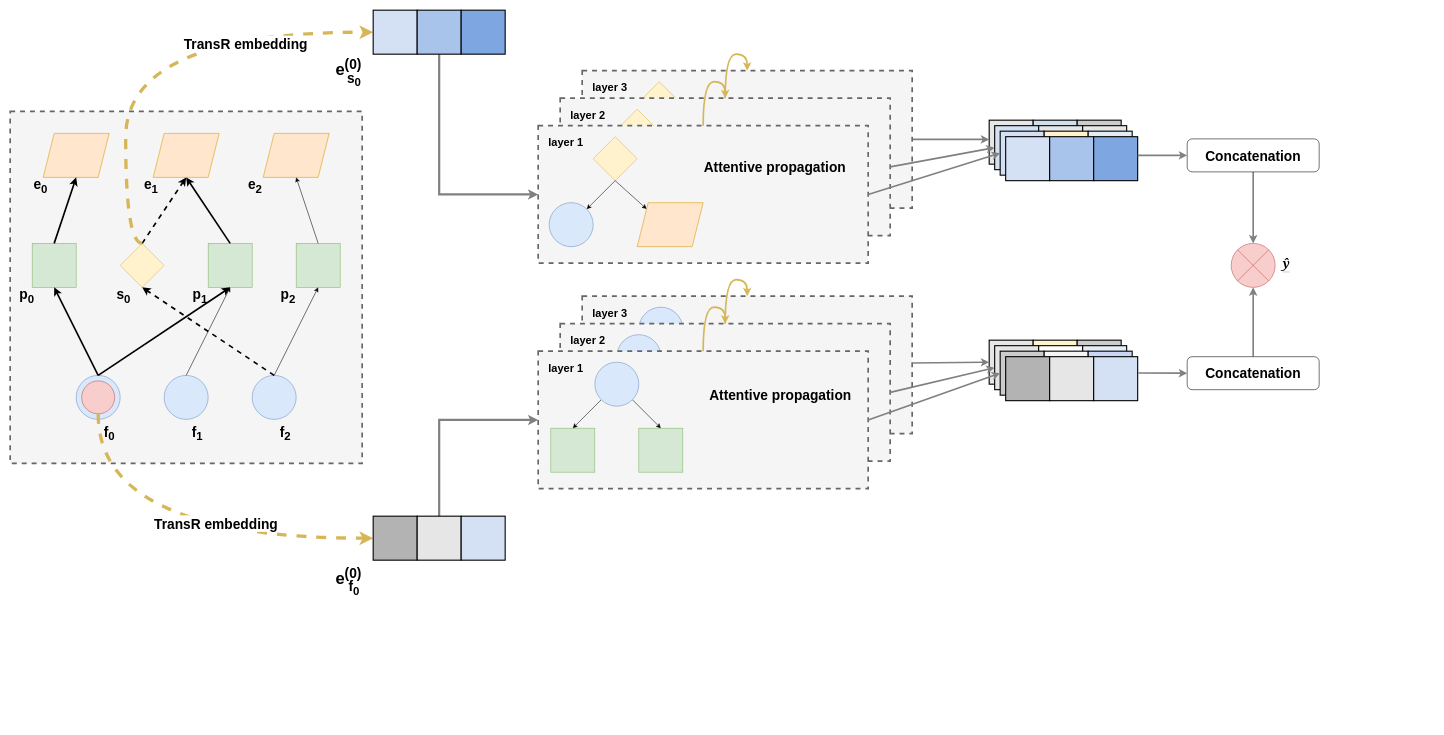
The draw.io diagram figures/process.drawio in jctemp/paper-gnn-shadewatcher, before the edit. Source tidied: cells renumbered, new cells numbered last; positions are measured from the earlier drawing's top-left corner, leaving out a move shared by most shapes. Both pictures are drawn from the tidied source at 55%, with x=0, y=0 at pixel (10, 10).
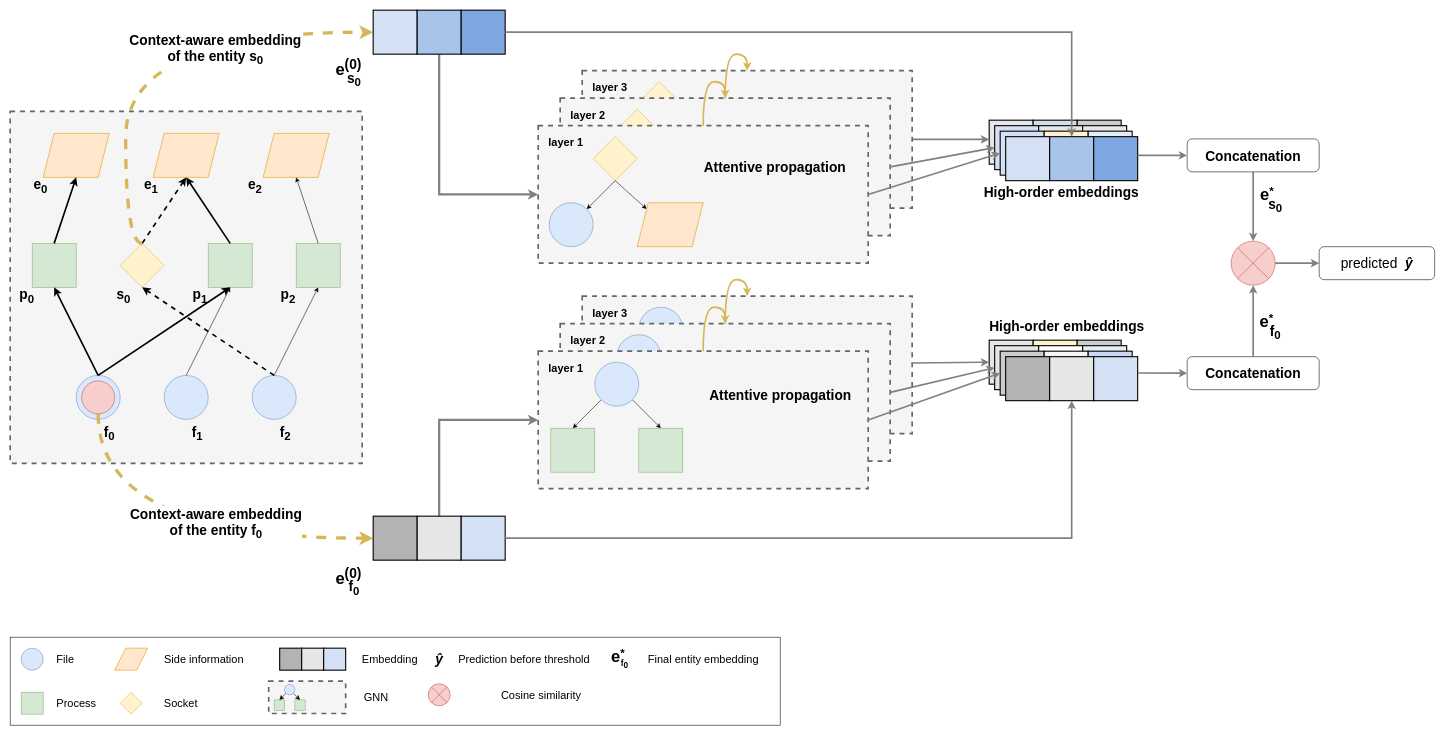
After the change.

Commit message:
change: improve illustration process.drawio

The change refers to these unchanged cells:
```xml
<mxCell id="73" style="edgeStyle=orthogonalEdgeStyle;rounded=0;jettySize=auto;html=1;exitX=0.5;exitY=1;exitDx=0;exitDy=0;entryX=0;entryY=0.5;entryDx=0;entryDy=0;curved=1;strokeWidth=6;fillColor=#fff2cc;strokeColor=#d6b656;dashed=1;" parent="1" edge="1" source="62" target="137">
  <mxGeometry relative="1" as="geometry" />
</mxCell>
<mxCell id="81" style="whiteSpace=wrap;html=1;fillColor=#E6E6E6;strokeWidth=2;" parent="79" vertex="1">
  <mxGeometry x="80" width="80" height="80" as="geometry" />
</mxCell>
<mxCell id="83" style="edgeStyle=orthogonalEdgeStyle;rounded=0;jettySize=auto;html=1;exitX=0.5;exitY=0;exitDx=0;exitDy=0;entryX=0;entryY=0.5;entryDx=0;entryDy=0;curved=1;fillColor=#fff2cc;strokeColor=#d6b656;strokeWidth=6;dashed=1;" parent="1" edge="1" source="43" target="133">
  <mxGeometry relative="1" as="geometry">
    <Array as="points">
      <mxPoint x="210" y="424" />
      <mxPoint x="210" y="40" />
    </Array>
  </mxGeometry>
</mxCell>
<mxCell id="89" style="whiteSpace=wrap;html=1;fillColor=#A9C4EB;strokeWidth=2;" parent="87" vertex="1">
  <mxGeometry x="80" width="80" height="80" as="geometry" />
</mxCell>
<mxCell id="135" style="whiteSpace=wrap;html=1;fillColor=#7EA6E0;strokeWidth=2;" parent="132" vertex="1">
  <mxGeometry x="160" width="80" height="80" as="geometry" />
</mxCell>
<mxCell id="139" style="whiteSpace=wrap;html=1;fillColor=#D4E1F5;strokeWidth=2;" parent="136" vertex="1">
  <mxGeometry x="160" width="80" height="80" as="geometry" />
</mxCell>
```

Change to the diagram source:
```diff
@@
+    <mxCell id="152" style="rounded=0;whiteSpace=wrap;html=1;" parent="1" vertex="1">
+      <mxGeometry y="1140" width="1400" height="160" as="geometry" />
+    </mxCell>
@@
-    <mxCell id="74" value="&lt;b style=&quot;border-color: var(--border-color);&quot;&gt;&lt;font style=&quot;border-color: var(--border-color); font-size: 25px;&quot;&gt;TransR embedding&lt;/font&gt;&lt;/b&gt;" style="edgeLabel;html=1;align=center;verticalAlign=middle;" parent="73" vertex="1">
+    <mxCell id="74" value="&lt;b style=&quot;border-color: var(--border-color);&quot;&gt;&lt;font style=&quot;border-color: var(--border-color); font-size: 25px;&quot;&gt;Context-aware embedding&lt;br&gt;&lt;b style=&quot;border-color: var(--border-color); font-size: 11px;&quot;&gt;&lt;font style=&quot;border-color: var(--border-color); font-size: 25px;&quot;&gt;of&amp;nbsp;the entity f&lt;sub style=&quot;border-color: var(--border-color);&quot;&gt;0&lt;/sub&gt;&lt;/font&gt;&lt;/b&gt;&lt;br&gt;&lt;/font&gt;&lt;/b&gt;" style="edgeLabel;html=1;align=center;verticalAlign=middle;" parent="73" vertex="1">
       <mxGeometry x="0.21" y="28" relative="1" as="geometry" />
     </mxCell>
@@
-    <mxCell id="84" value="&lt;b&gt;&lt;font style=&quot;font-size: 25px;&quot;&gt;TransR embedding&lt;/font&gt;&lt;/b&gt;" style="edgeLabel;html=1;align=center;verticalAlign=middle;" parent="83" vertex="1">
-      <mxGeometry x="0.46" y="-20" relative="1" as="geometry" />
+    <mxCell id="84" value="&lt;b style=&quot;border-color: var(--border-color);&quot;&gt;&lt;font style=&quot;border-color: var(--border-color); font-size: 25px;&quot;&gt;Context-aware embedding&lt;br&gt;of&amp;nbsp;the entity s&lt;sub&gt;0&lt;/sub&gt;&lt;br&gt;&lt;/font&gt;&lt;/b&gt;" style="edgeLabel;html=1;align=center;verticalAlign=middle;" parent="83" vertex="1">
+      <mxGeometry x="0.46" y="-20" relative="1" as="geometry">
+        <mxPoint x="-55" y="10" as="offset" />
+      </mxGeometry>
     </mxCell>
@@
+    <mxCell id="153" style="edgeStyle=orthogonalEdgeStyle;rounded=0;jettySize=auto;html=1;exitX=1;exitY=0.5;exitDx=0;exitDy=0;entryX=0;entryY=0.5;entryDx=0;entryDy=0;strokeWidth=3;strokeColor=#808080;" parent="1" edge="1" source="150" target="180">
+      <mxGeometry relative="1" as="geometry" />
+    </mxCell>
     <mxCell id="150" style="shape=sumEllipse;perimeter=ellipsePerimeter;whiteSpace=wrap;html=1;backgroundOutline=1;fillColor=#f8cecc;strokeColor=#b85450;" parent="1" vertex="1">
-      <mxGeometry x="2220" y="424" width="80" height="80" as="geometry" />
+      <mxGeometry x="2220" y="420" width="80" height="80" as="geometry" />
     </mxCell>
+    <mxCell id="154" style="ellipse;whiteSpace=wrap;html=1;fillColor=#dae8fc;strokeColor=#6c8ebf;" parent="1" vertex="1">
+      <mxGeometry x="20" y="1160" width="40" height="40" as="geometry" />
+    </mxCell>
+    <mxCell id="155" style="whiteSpace=wrap;html=1;fillColor=#d5e8d4;strokeColor=#82b366;" parent="1" vertex="1">
+      <mxGeometry x="20" y="1240" width="40" height="40" as="geometry" />
+    </mxCell>
+    <mxCell id="156" style="shape=parallelogram;perimeter=parallelogramPerimeter;whiteSpace=wrap;html=1;fixedSize=1;fillColor=#ffe6cc;strokeColor=#d79b00;" parent="1" vertex="1">
+      <mxGeometry x="190" y="1160" width="60" height="40" as="geometry" />
+    </mxCell>
+    <mxCell id="157" style="rhombus;whiteSpace=wrap;html=1;fillColor=#fff2cc;strokeColor=#d6b656;" parent="1" vertex="1">
+      <mxGeometry x="200" y="1240" width="40" height="40" as="geometry" />
+    </mxCell>
+    <mxCell id="158" style="group;" parent="1" vertex="1">
+      <mxGeometry x="490" y="1160" width="120" height="40" as="geometry" />
+    </mxCell>
+    <mxCell id="159" style="whiteSpace=wrap;html=1;fillColor=#B3B3B3;strokeWidth=2;" parent="158" vertex="1">
+      <mxGeometry width="40" height="40" as="geometry" />
+    </mxCell>
+    <mxCell id="160" style="whiteSpace=wrap;html=1;fillColor=#E6E6E6;strokeWidth=2;" parent="158" vertex="1">
+      <mxGeometry x="40" width="40" height="40" as="geometry" />
+    </mxCell>
+    <mxCell id="161" style="whiteSpace=wrap;html=1;fillColor=#D4E1F5;strokeWidth=2;" parent="158" vertex="1">
+      <mxGeometry x="80" width="40" height="40" as="geometry" />
+    </mxCell>
+    <mxCell id="162" value="&lt;font style=&quot;font-size: 20px;&quot;&gt;File&lt;/font&gt;" style="text;html=1;align=center;verticalAlign=middle;strokeColor=none;fillColor=none;" parent="1" vertex="1">
+      <mxGeometry x="70" y="1160" width="60" height="40" as="geometry" />
+    </mxCell>
+    <mxCell id="163" value="&lt;font style=&quot;font-size: 20px;&quot;&gt;Process&lt;/font&gt;" style="text;html=1;align=center;verticalAlign=middle;strokeColor=none;fillColor=none;" parent="1" vertex="1">
+      <mxGeometry x="70" y="1240" width="100" height="40" as="geometry" />
+    </mxCell>
+    <mxCell id="164" value="&lt;font style=&quot;font-size: 20px;&quot;&gt;Side information&lt;/font&gt;" style="text;html=1;align=center;verticalAlign=middle;strokeColor=none;fillColor=none;" parent="1" vertex="1">
+      <mxGeometry x="267" y="1160" width="170" height="40" as="geometry" />
+    </mxCell>
+    <mxCell id="165" value="&lt;font style=&quot;font-size: 20px;&quot;&gt;Socket&lt;/font&gt;" style="text;html=1;align=center;verticalAlign=middle;strokeColor=none;fillColor=none;" parent="1" vertex="1">
+      <mxGeometry x="270" y="1240" width="80" height="40" as="geometry" />
+    </mxCell>
+    <mxCell id="166" value="&lt;font style=&quot;font-size: 20px;&quot;&gt;Embedding&lt;/font&gt;" style="text;html=1;align=center;verticalAlign=middle;strokeColor=none;fillColor=none;" parent="1" vertex="1">
+      <mxGeometry x="630" y="1160" width="120" height="40" as="geometry" />
+    </mxCell>
+    <mxCell id="167" style="rounded=0;jettySize=auto;html=1;exitX=1;exitY=0.5;exitDx=0;exitDy=0;entryX=0.5;entryY=1;entryDx=0;entryDy=0;strokeWidth=3;strokeColor=#808080;edgeStyle=elbowEdgeStyle;" parent="1" edge="1" source="139" target="81">
+      <mxGeometry relative="1" as="geometry">
+        <Array as="points">
+          <mxPoint x="1930" y="840" />
+        </Array>
+      </mxGeometry>
+    </mxCell>
+    <mxCell id="168" style="edgeStyle=orthogonalEdgeStyle;rounded=0;jettySize=auto;html=1;exitX=1;exitY=0.5;exitDx=0;exitDy=0;entryX=0.5;entryY=0;entryDx=0;entryDy=0;strokeWidth=3;strokeColor=#808080;" parent="1" edge="1" source="135" target="89">
+      <mxGeometry relative="1" as="geometry" />
+    </mxCell>
+    <mxCell id="169" style="shape=sumEllipse;perimeter=ellipsePerimeter;whiteSpace=wrap;html=1;backgroundOutline=1;fillColor=#f8cecc;strokeColor=#b85450;" parent="1" vertex="1">
+      <mxGeometry x="760" y="1224.7" width="40" height="40" as="geometry" />
+    </mxCell>
+    <mxCell id="170" value="&lt;span style=&quot;font-size: 20px;&quot;&gt;Cosine similarity&lt;/span&gt;" style="text;html=1;align=center;verticalAlign=middle;strokeColor=none;fillColor=none;" parent="1" vertex="1">
+      <mxGeometry x="880" y="1224.7" width="170" height="40" as="geometry" />
+    </mxCell>
-    <mxCell id="151" value="&lt;h1 style=&quot;margin: 0px 0px 0.25em; padding: 0px; overflow: visible; border-bottom: 1px solid rgb(162, 169, 177); font-size: 1.8em; width: auto; font-family: &amp;quot;Linux Libertine&amp;quot;, Georgia, Times, serif; line-height: 1.375; text-align: start;&quot; class=&quot;firstHeading mw-first-heading&quot; id=&quot;firstHeading&quot;&gt;&lt;i style=&quot;&quot;&gt;ŷ&lt;/i&gt;&lt;/h1&gt;" style="text;html=1;align=center;verticalAlign=middle;strokeColor=none;fillColor=none;" parent="1" vertex="1">
-      <mxGeometry x="2300" y="439" width="40" height="50" as="geometry" />
+    <mxCell id="151" value="&lt;i&gt;&lt;font style=&quot;font-size: 25px;&quot;&gt;&lt;b&gt;ŷ&lt;/b&gt;&lt;/font&gt;&lt;/i&gt;" style="text;html=1;align=center;verticalAlign=middle;strokeColor=none;fillColor=none;" parent="1" vertex="1">
+      <mxGeometry x="760" y="1160" width="40" height="40" as="geometry" />
     </mxCell>
+    <mxCell id="171" value="&lt;font style=&quot;font-size: 20px;&quot;&gt;Prediction before threshold&lt;/font&gt;" style="text;html=1;align=center;verticalAlign=middle;strokeColor=none;fillColor=none;" parent="1" vertex="1">
+      <mxGeometry x="804" y="1160" width="260" height="40" as="geometry" />
+    </mxCell>
+    <mxCell id="172" value="&lt;b style=&quot;border-color: var(--border-color);&quot;&gt;&lt;font style=&quot;border-color: var(--border-color); font-size: 25px;&quot;&gt;High-order embeddings&lt;/font&gt;&lt;/b&gt;" style="edgeLabel;html=1;align=center;verticalAlign=middle;" parent="1" vertex="1">
+      <mxGeometry x="1920" y="573" as="geometry" />
+    </mxCell>
+    <mxCell id="173" value="&lt;b style=&quot;border-color: var(--border-color);&quot;&gt;&lt;font style=&quot;border-color: var(--border-color); font-size: 25px;&quot;&gt;High-order embeddings&lt;/font&gt;&lt;/b&gt;" style="edgeLabel;html=1;align=center;verticalAlign=middle;" parent="1" vertex="1">
+      <mxGeometry x="1910" y="330" as="geometry" />
+    </mxCell>
+    <mxCell id="174" style="group;" parent="1" vertex="1">
+      <mxGeometry x="2259" y="540" width="61" height="70" as="geometry" />
+    </mxCell>
+    <mxCell id="175" value="&lt;font style=&quot;&quot;&gt;&lt;b style=&quot;&quot;&gt;&lt;font style=&quot;font-size: 30px;&quot;&gt;e&lt;/font&gt;&lt;font style=&quot;font-size: 25px;&quot;&gt;&lt;sup&gt;*&lt;/sup&gt;&lt;/font&gt;&lt;/b&gt;&lt;/font&gt;" style="text;html=1;align=center;verticalAlign=middle;strokeColor=none;fillColor=none;" parent="174" vertex="1">
+      <mxGeometry width="50" height="50" as="geometry" />
+    </mxCell>
+    <mxCell id="176" value="&lt;font style=&quot;&quot;&gt;&lt;b style=&quot;font-size: 25px;&quot;&gt;&lt;font style=&quot;font-size: 25px;&quot;&gt;f&lt;sub&gt;0&lt;/sub&gt;&lt;/font&gt;&lt;/b&gt;&lt;/font&gt;" style="text;html=1;align=center;verticalAlign=middle;strokeColor=none;fillColor=none;" parent="174" vertex="1">
+      <mxGeometry x="21" y="20" width="40" height="50" as="geometry" />
+    </mxCell>
+    <mxCell id="177" style="group;" parent="1" vertex="1">
+      <mxGeometry x="2260" y="310" width="65" height="70" as="geometry" />
+    </mxCell>
+    <mxCell id="178" value="&lt;font style=&quot;&quot;&gt;&lt;b style=&quot;&quot;&gt;&lt;font style=&quot;font-size: 30px;&quot;&gt;e&lt;/font&gt;&lt;font style=&quot;font-size: 25px;&quot;&gt;&lt;sup&gt;*&lt;/sup&gt;&lt;/font&gt;&lt;/b&gt;&lt;/font&gt;" style="text;html=1;align=center;verticalAlign=middle;strokeColor=none;fillColor=none;" parent="177" vertex="1">
+      <mxGeometry width="50" height="50" as="geometry" />
+    </mxCell>
+    <mxCell id="179" value="&lt;font style=&quot;&quot;&gt;&lt;b style=&quot;font-size: 25px;&quot;&gt;&lt;font style=&quot;font-size: 25px;&quot;&gt;s&lt;sub&gt;0&lt;/sub&gt;&lt;/font&gt;&lt;/b&gt;&lt;/font&gt;" style="text;html=1;align=center;verticalAlign=middle;strokeColor=none;fillColor=none;" parent="177" vertex="1">
+      <mxGeometry x="15" y="20" width="50" height="50" as="geometry" />
+    </mxCell>
+    <mxCell id="180" value="&lt;font style=&quot;font-size: 25px;&quot;&gt;predicted&amp;nbsp;&amp;nbsp;&lt;/font&gt;&lt;i style=&quot;border-color: var(--border-color);&quot;&gt;&lt;font style=&quot;border-color: var(--border-color); font-size: 25px;&quot;&gt;&lt;b style=&quot;border-color: var(--border-color);&quot;&gt;ŷ&lt;/b&gt;&lt;/font&gt;&lt;/i&gt;" style="rounded=1;whiteSpace=wrap;html=1;" parent="1" vertex="1">
+      <mxGeometry x="2380" y="430" width="210" height="60" as="geometry" />
+    </mxCell>
+    <mxCell id="181" style="group;" parent="1" vertex="1">
+      <mxGeometry x="470" y="1220" width="140" height="58.8" as="geometry" />
+    </mxCell>
+    <mxCell id="182" style="edgeStyle=none;rounded=0;orthogonalLoop=1;jettySize=auto;html=1;exitX=0;exitY=1;exitDx=0;exitDy=0;entryX=0.5;entryY=0;entryDx=0;entryDy=0;" parent="181" edge="1">
+      <mxGeometry relative="1" as="geometry">
+        <mxPoint x="22.2" y="33.7" as="sourcePoint" />
+        <mxPoint x="10" y="45.9" as="targetPoint" />
+      </mxGeometry>
+    </mxCell>
+    <mxCell id="183" style="rounded=0;whiteSpace=wrap;html=1;fillColor=#f5f5f5;fontColor=#333333;strokeColor=#666666;dashed=1;strokeWidth=3;" parent="181" vertex="1">
+      <mxGeometry width="140" height="58.8" as="geometry" />
+    </mxCell>
+    <mxCell id="184" style="whiteSpace=wrap;html=1;fillColor=#d5e8d4;strokeColor=#82b366;" parent="181" vertex="1">
+      <mxGeometry x="10" y="34.1" width="18.8" height="18.8" as="geometry" />
+    </mxCell>
+    <mxCell id="185" style="whiteSpace=wrap;html=1;fillColor=#d5e8d4;strokeColor=#82b366;" parent="181" vertex="1">
+      <mxGeometry x="47.6" y="34.1" width="18.8" height="18.8" as="geometry" />
+    </mxCell>
+    <mxCell id="186" style="edgeStyle=none;rounded=0;jettySize=auto;html=1;exitX=0;exitY=1;exitDx=0;exitDy=0;entryX=0.5;entryY=0;entryDx=0;entryDy=0;" parent="181" edge="1" source="188" target="184">
+      <mxGeometry relative="1" as="geometry" />
+    </mxCell>
+    <mxCell id="187" style="edgeStyle=none;rounded=0;jettySize=auto;html=1;exitX=1;exitY=1;exitDx=0;exitDy=0;entryX=0.5;entryY=0;entryDx=0;entryDy=0;" parent="181" edge="1" source="188" target="185">
+      <mxGeometry relative="1" as="geometry" />
+    </mxCell>
+    <mxCell id="188" style="ellipse;whiteSpace=wrap;html=1;fillColor=#dae8fc;strokeColor=#6c8ebf;" parent="181" vertex="1">
+      <mxGeometry x="28.8" y="5.9" width="18.8" height="18.8" as="geometry" />
+    </mxCell>
+    <mxCell id="189" value="&lt;font style=&quot;font-size: 20px;&quot;&gt;GNN&lt;/font&gt;" style="text;html=1;align=center;verticalAlign=middle;strokeColor=none;fillColor=none;" parent="1" vertex="1">
+      <mxGeometry x="630" y="1229.4" width="70" height="40" as="geometry" />
+    </mxCell>
+    <mxCell id="190" style="group;" parent="1" vertex="1">
+      <mxGeometry x="1080" y="1150" width="57.2" height="59.3" as="geometry" />
+    </mxCell>
+    <mxCell id="191" value="&lt;font style=&quot;&quot;&gt;&lt;b style=&quot;&quot;&gt;&lt;font style=&quot;font-size: 30px;&quot;&gt;e&lt;/font&gt;&lt;font style=&quot;font-size: 25px;&quot;&gt;&lt;sup&gt;*&lt;/sup&gt;&lt;/font&gt;&lt;/b&gt;&lt;/font&gt;" style="text;html=1;align=center;verticalAlign=middle;strokeColor=none;fillColor=none;" parent="190" vertex="1">
+      <mxGeometry width="50" height="50" as="geometry" />
+    </mxCell>
+    <mxCell id="192" value="&lt;font style=&quot;font-size: 15px;&quot;&gt;&lt;b style=&quot;font-size: 15px;&quot;&gt;&lt;font style=&quot;font-size: 15px;&quot;&gt;f&lt;sub style=&quot;font-size: 15px;&quot;&gt;0&lt;/sub&gt;&lt;/font&gt;&lt;/b&gt;&lt;/font&gt;" style="text;html=1;align=center;verticalAlign=middle;strokeColor=none;fillColor=none;fontSize=15;" parent="190" vertex="1">
+      <mxGeometry x="17.2" y="19.3" width="40" height="40" as="geometry" />
+    </mxCell>
+    <mxCell id="193" value="&lt;font style=&quot;font-size: 20px;&quot;&gt;Final entity embedding&lt;/font&gt;" style="text;html=1;align=center;verticalAlign=middle;strokeColor=none;fillColor=none;" parent="1" vertex="1">
+      <mxGeometry x="1150" y="1160" width="220" height="40" as="geometry" />
+    </mxCell>
```
